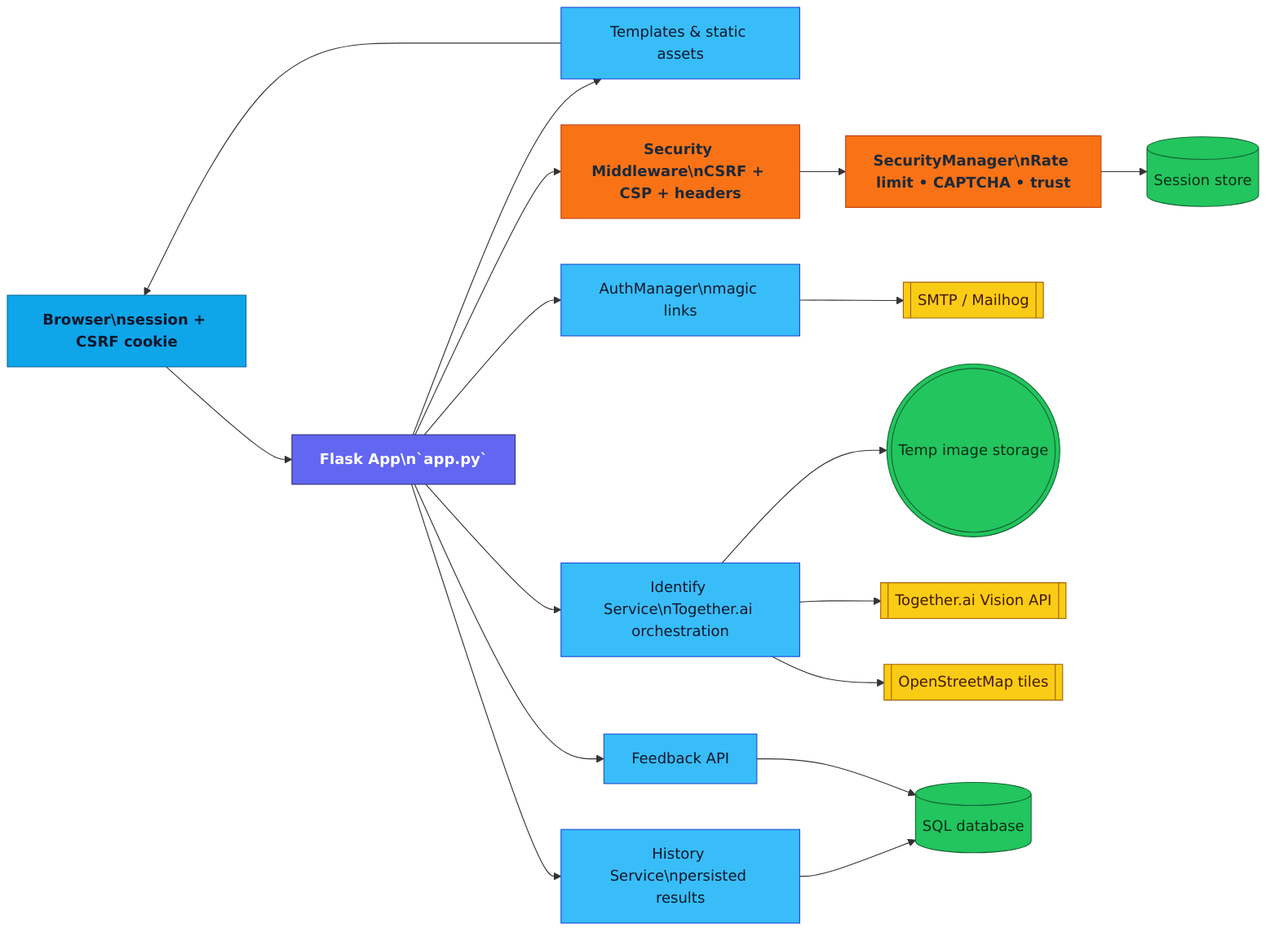
Earlier version of the Mermaid export public/images/system-architecture.png (Red-Turtles/Proof-Of-Concept-Demo). Its source is kept beside it as docs/diagram_sources/system-architecture.mmd.
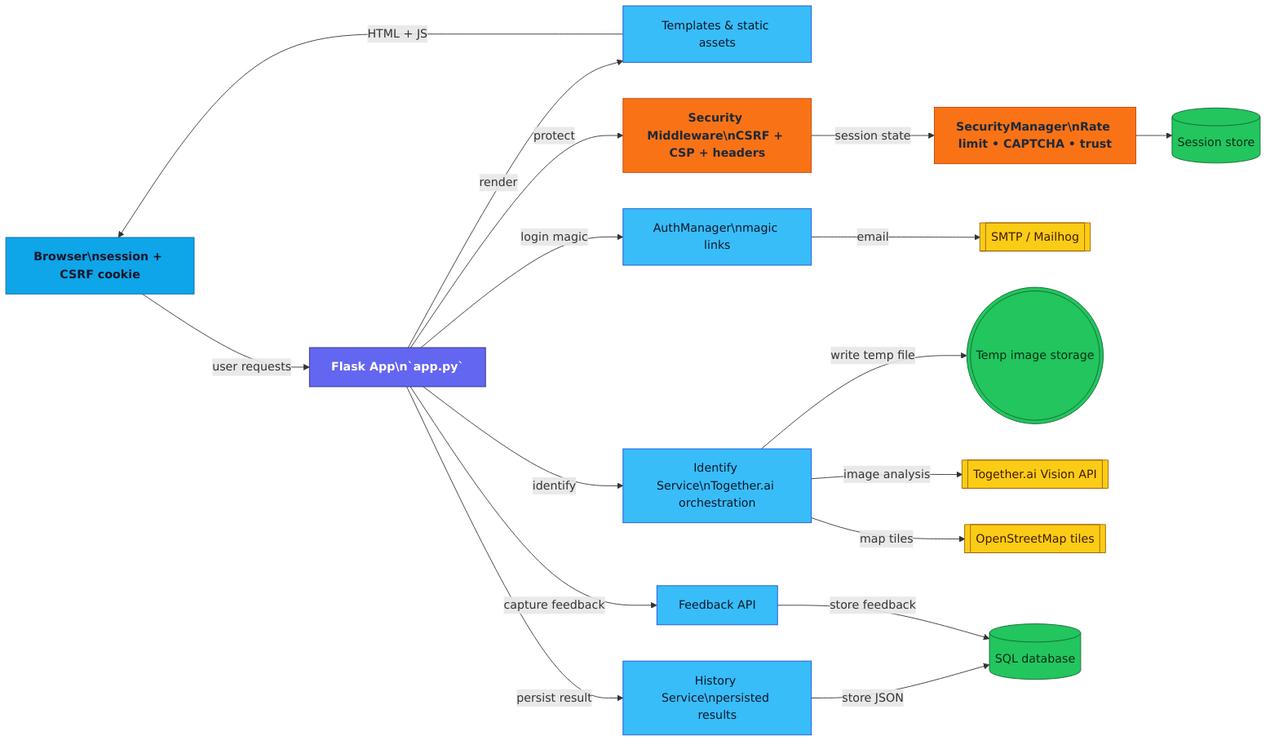
The same file after the commit.

Change to the diagram source:
```diff
@@ -6,23 +6,23 @@
     classDef data fill:#22c55e,stroke:#166534,color:#052e16;
     classDef external fill:#facc15,stroke:#a16207,color:#451a03;
 
-    Browser[Browser\nsession + CSRF cookie]:::client --> App[Flask App\n`app.py`]:::app
-    App --> Views[Templates & static assets]:::service
-    Views --> Browser
+    Browser[Browser\nsession + CSRF cookie]:::client -->|user requests| App[Flask App\n`app.py`]:::app
+    App -->|render| Views[Templates & static assets]:::service
+    Views -->|HTML + JS| Browser
 
-    App --> Shield[Security Middleware\nCSRF + CSP + headers]:::guard
-    Shield --> SecurityMgr[SecurityManager\nRate limit • CAPTCHA • trust]:::guard
+    App -->|protect| Shield[Security Middleware\nCSRF + CSP + headers]:::guard
+    Shield -->|session state| SecurityMgr[SecurityManager\nRate limit • CAPTCHA • trust]:::guard
     SecurityMgr --> Sessions[(Session store)]:::data
 
-    App --> AuthSvc[AuthManager\nmagic links]:::service
-    AuthSvc --> Mailer[[SMTP / Mailhog]]:::external
+    App -->|login magic| AuthSvc[AuthManager\nmagic links]:::service
+    AuthSvc -->|email| Mailer[[SMTP / Mailhog]]:::external
 
-    App --> IdentifySvc[Identify Service\nTogether.ai orchestration]:::service
-    IdentifySvc --> TempFiles(((Temp image storage))):::data
-    IdentifySvc --> Together[[Together.ai Vision API]]:::external
-    IdentifySvc --> MapTiles[[OpenStreetMap tiles]]:::external
+    App -->|identify| IdentifySvc[Identify Service\nTogether.ai orchestration]:::service
+    IdentifySvc -->|write temp file| TempFiles(((Temp image storage))):::data
+    IdentifySvc -->|image analysis| Together[[Together.ai Vision API]]:::external
+    IdentifySvc -->|map tiles| MapTiles[[OpenStreetMap tiles]]:::external
 
-    App --> HistorySvc[History Service\npersisted results]:::service
-    App --> FeedbackSvc[Feedback API]:::service
-    HistorySvc --> Database[(SQL database)]:::data
-    FeedbackSvc --> Database
+    App -->|persist result| HistorySvc[History Service\npersisted results]:::service
+    App -->|capture feedback| FeedbackSvc[Feedback API]:::service
+    HistorySvc -->|store JSON| Database[(SQL database)]:::data
+    FeedbackSvc -->|store feedback| Database
```
